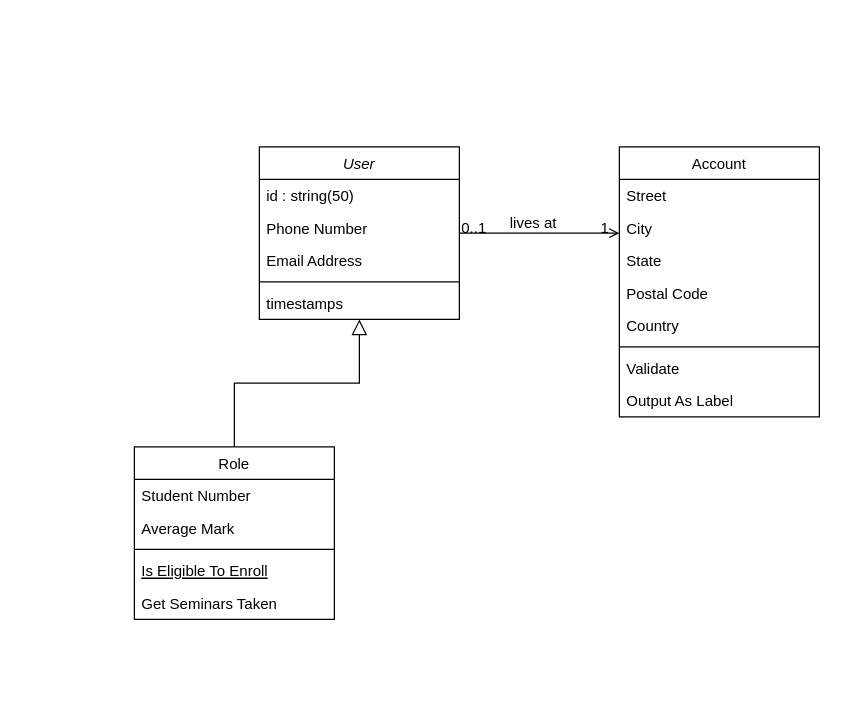
This is Untitled Diagram.drawio from Spectrum184/tan_blog, a draw.io file, before an edit. Source tidied: cells renumbered, new cells numbered last; positions are measured from the earlier drawing's top-left corner, leaving out a move shared by most shapes. Both pictures are drawn from the tidied source at 125%, with x=0, y=0 at pixel (134, 146).
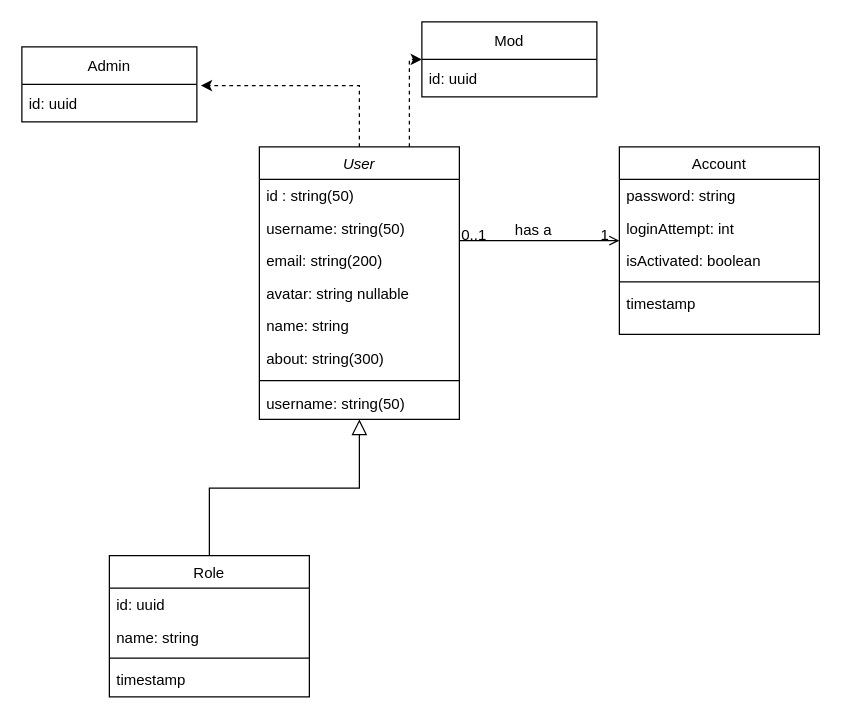
The same diagram, later.

Commit message:
create user database

Unchanged cells that the change refers to:
```xml
<mxCell id="24" style="endArrow=open;shadow=0;strokeWidth=1;rounded=0;endFill=1;edgeStyle=elbowEdgeStyle;elbow=vertical;" parent="1" edge="1" source="2" target="15">
  <mxGeometry x="0.5" y="41" relative="1" as="geometry">
    <mxPoint x="-40" y="32" as="offset" />
  </mxGeometry>
</mxCell>
```

Diff of the diagram source:
```diff
@@
-    <mxCell id="2" value="User" style="swimlane;fontStyle=2;align=center;verticalAlign=top;horizontal=1;startSize=26;rounded=0;shadow=0;strokeWidth=1;" parent="1" vertex="1">
-      <mxGeometry x="100" width="160" height="138" as="geometry" />
-    </mxCell>
-    <mxCell id="3" value="id : string(50)   " style="text;align=left;verticalAlign=top;spacingLeft=4;spacingRight=4;overflow=hidden;" parent="2" vertex="1">
-      <mxGeometry y="26" width="160" height="26" as="geometry" />
-    </mxCell>
-    <mxCell id="4" value="Phone Number" style="text;align=left;verticalAlign=top;spacingLeft=4;spacingRight=4;overflow=hidden;rounded=0;shadow=0;html=0;" parent="2" vertex="1">
-      <mxGeometry y="52" width="160" height="26" as="geometry" />
-    </mxCell>
-    <mxCell id="5" value="Email Address" style="text;align=left;verticalAlign=top;spacingLeft=4;spacingRight=4;overflow=hidden;rounded=0;shadow=0;html=0;" parent="2" vertex="1">
-      <mxGeometry y="78" width="160" height="26" as="geometry" />
-    </mxCell>
-    <mxCell id="6" style="line;html=1;strokeWidth=1;align=left;verticalAlign=middle;spacingTop=-1;spacingLeft=3;spacingRight=3;labelPosition=right;" parent="2" vertex="1">
-      <mxGeometry y="104" width="160" height="8" as="geometry" />
-    </mxCell>
-    <mxCell id="7" value="timestamps&#10;" style="text;align=left;verticalAlign=top;spacingLeft=4;spacingRight=4;overflow=hidden;" parent="2" vertex="1">
-      <mxGeometry y="112" width="160" height="26" as="geometry" />
-    </mxCell>
     <mxCell id="8" value="Role" style="swimlane;fontStyle=0;align=center;verticalAlign=top;horizontal=1;startSize=26;rounded=0;shadow=0;strokeWidth=1;" parent="1" vertex="1">
-      <mxGeometry y="240" width="160" height="138" as="geometry" />
+      <mxGeometry x="-20" y="327" width="160" height="113" as="geometry" />
     </mxCell>
-    <mxCell id="9" value="Student Number" style="text;align=left;verticalAlign=top;spacingLeft=4;spacingRight=4;overflow=hidden;" parent="8" vertex="1">
+    <mxCell id="9" value="id: uuid" style="text;align=left;verticalAlign=top;spacingLeft=4;spacingRight=4;overflow=hidden;" parent="8" vertex="1">
       <mxGeometry y="26" width="160" height="26" as="geometry" />
     </mxCell>
-    <mxCell id="10" value="Average Mark" style="text;align=left;verticalAlign=top;spacingLeft=4;spacingRight=4;overflow=hidden;rounded=0;shadow=0;html=0;" parent="8" vertex="1">
+    <mxCell id="10" value="name: string" style="text;align=left;verticalAlign=top;spacingLeft=4;spacingRight=4;overflow=hidden;rounded=0;shadow=0;html=0;" parent="8" vertex="1">
       <mxGeometry y="52" width="160" height="26" as="geometry" />
     </mxCell>
@@
-    <mxCell id="12" value="Is Eligible To Enroll" style="text;align=left;verticalAlign=top;spacingLeft=4;spacingRight=4;overflow=hidden;fontStyle=4;" parent="8" vertex="1">
-      <mxGeometry y="86" width="160" height="26" as="geometry" />
-    </mxCell>
-    <mxCell id="13" value="Get Seminars Taken" style="text;align=left;verticalAlign=top;spacingLeft=4;spacingRight=4;overflow=hidden;" parent="8" vertex="1">
-      <mxGeometry y="112" width="160" height="26" as="geometry" />
+    <mxCell id="13" value="timestamp" style="text;align=left;verticalAlign=top;spacingLeft=4;spacingRight=4;overflow=hidden;" parent="8" vertex="1">
+      <mxGeometry y="86" width="160" height="26" as="geometry" />
     </mxCell>
+    <mxCell id="28" style="edgeStyle=none;rounded=0;jettySize=auto;html=1;entryX=1.023;entryY=0.033;entryDx=0;entryDy=0;entryPerimeter=0;dashed=1;" parent="1" edge="1" source="2" target="36">
+      <mxGeometry relative="1" as="geometry">
+        <Array as="points">
+          <mxPoint x="180" y="-49" />
+        </Array>
+      </mxGeometry>
+    </mxCell>
+    <mxCell id="29" style="edgeStyle=none;rounded=0;jettySize=auto;html=1;exitX=0.75;exitY=0;exitDx=0;exitDy=0;entryX=0;entryY=0.5;entryDx=0;entryDy=0;dashed=1;" parent="1" edge="1" source="2" target="37">
+      <mxGeometry relative="1" as="geometry">
+        <Array as="points">
+          <mxPoint x="220" y="-70" />
+        </Array>
+      </mxGeometry>
+    </mxCell>
+    <mxCell id="2" value="User" style="swimlane;fontStyle=2;align=center;verticalAlign=top;horizontal=1;startSize=26;rounded=0;shadow=0;strokeWidth=1;" parent="1" vertex="1">
+      <mxGeometry x="100" width="160" height="218" as="geometry" />
+    </mxCell>
+    <mxCell id="3" value="id : string(50)   " style="text;align=left;verticalAlign=top;spacingLeft=4;spacingRight=4;overflow=hidden;" parent="2" vertex="1">
+      <mxGeometry y="26" width="160" height="26" as="geometry" />
+    </mxCell>
+    <mxCell id="4" value="username: string(50)" style="text;align=left;verticalAlign=top;spacingLeft=4;spacingRight=4;overflow=hidden;rounded=0;shadow=0;html=0;" parent="2" vertex="1">
+      <mxGeometry y="52" width="160" height="26" as="geometry" />
+    </mxCell>
+    <mxCell id="30" value="email: string(200)" style="text;align=left;verticalAlign=top;spacingLeft=4;spacingRight=4;overflow=hidden;rounded=0;shadow=0;html=0;" parent="2" vertex="1">
+      <mxGeometry y="78" width="160" height="26" as="geometry" />
+    </mxCell>
+    <mxCell id="31" value="avatar: string nullable" style="text;align=left;verticalAlign=top;spacingLeft=4;spacingRight=4;overflow=hidden;rounded=0;shadow=0;html=0;" parent="2" vertex="1">
+      <mxGeometry y="104" width="160" height="26" as="geometry" />
+    </mxCell>
+    <mxCell id="32" value="name: string" style="text;align=left;verticalAlign=top;spacingLeft=4;spacingRight=4;overflow=hidden;rounded=0;shadow=0;html=0;" parent="2" vertex="1">
+      <mxGeometry y="130" width="160" height="26" as="geometry" />
+    </mxCell>
+    <mxCell id="33" value="about: string(300)" style="text;align=left;verticalAlign=top;spacingLeft=4;spacingRight=4;overflow=hidden;rounded=0;shadow=0;html=0;" parent="2" vertex="1">
+      <mxGeometry y="156" width="160" height="26" as="geometry" />
+    </mxCell>
+    <mxCell id="6" style="line;html=1;strokeWidth=1;align=left;verticalAlign=middle;spacingTop=-1;spacingLeft=3;spacingRight=3;labelPosition=right;" parent="2" vertex="1">
+      <mxGeometry y="182" width="160" height="10" as="geometry" />
+    </mxCell>
+    <mxCell id="34" value="username: string(50)" style="text;align=left;verticalAlign=top;spacingLeft=4;spacingRight=4;overflow=hidden;rounded=0;shadow=0;html=0;" parent="2" vertex="1">
+      <mxGeometry y="192" width="160" height="26" as="geometry" />
+    </mxCell>
@@
     <mxCell id="15" value="Account" style="swimlane;fontStyle=0;align=center;verticalAlign=top;horizontal=1;startSize=26;rounded=0;shadow=0;strokeWidth=1;" parent="1" vertex="1">
-      <mxGeometry x="388" width="160" height="216" as="geometry" />
+      <mxGeometry x="388" width="160" height="150" as="geometry" />
     </mxCell>
-    <mxCell id="16" value="Street" style="text;align=left;verticalAlign=top;spacingLeft=4;spacingRight=4;overflow=hidden;" parent="15" vertex="1">
+    <mxCell id="16" value="password: string" style="text;align=left;verticalAlign=top;spacingLeft=4;spacingRight=4;overflow=hidden;" parent="15" vertex="1">
       <mxGeometry y="26" width="160" height="26" as="geometry" />
     </mxCell>
-    <mxCell id="17" value="City" style="text;align=left;verticalAlign=top;spacingLeft=4;spacingRight=4;overflow=hidden;rounded=0;shadow=0;html=0;" parent="15" vertex="1">
+    <mxCell id="17" value="loginAttempt: int" style="text;align=left;verticalAlign=top;spacingLeft=4;spacingRight=4;overflow=hidden;rounded=0;shadow=0;html=0;" parent="15" vertex="1">
       <mxGeometry y="52" width="160" height="26" as="geometry" />
     </mxCell>
-    <mxCell id="18" value="State" style="text;align=left;verticalAlign=top;spacingLeft=4;spacingRight=4;overflow=hidden;rounded=0;shadow=0;html=0;" parent="15" vertex="1">
+    <mxCell id="18" value="isActivated: boolean" style="text;align=left;verticalAlign=top;spacingLeft=4;spacingRight=4;overflow=hidden;rounded=0;shadow=0;html=0;" parent="15" vertex="1">
       <mxGeometry y="78" width="160" height="26" as="geometry" />
     </mxCell>
-    <mxCell id="19" value="Postal Code" style="text;align=left;verticalAlign=top;spacingLeft=4;spacingRight=4;overflow=hidden;rounded=0;shadow=0;html=0;" parent="15" vertex="1">
-      <mxGeometry y="104" width="160" height="26" as="geometry" />
-    </mxCell>
-    <mxCell id="20" value="Country" style="text;align=left;verticalAlign=top;spacingLeft=4;spacingRight=4;overflow=hidden;rounded=0;shadow=0;html=0;" parent="15" vertex="1">
-      <mxGeometry y="130" width="160" height="26" as="geometry" />
-    </mxCell>
     <mxCell id="21" style="line;html=1;strokeWidth=1;align=left;verticalAlign=middle;spacingTop=-1;spacingLeft=3;spacingRight=3;labelPosition=right;" parent="15" vertex="1">
-      <mxGeometry y="156" width="160" height="8" as="geometry" />
+      <mxGeometry y="104" width="160" height="8" as="geometry" />
     </mxCell>
-    <mxCell id="22" value="Validate" style="text;align=left;verticalAlign=top;spacingLeft=4;spacingRight=4;overflow=hidden;" parent="15" vertex="1">
-      <mxGeometry y="164" width="160" height="26" as="geometry" />
+    <mxCell id="22" value="timestamp" style="text;align=left;verticalAlign=top;spacingLeft=4;spacingRight=4;overflow=hidden;" parent="15" vertex="1">
+      <mxGeometry y="112" width="160" height="26" as="geometry" />
     </mxCell>
-    <mxCell id="23" value="Output As Label" style="text;align=left;verticalAlign=top;spacingLeft=4;spacingRight=4;overflow=hidden;" parent="15" vertex="1">
-      <mxGeometry y="190" width="160" height="26" as="geometry" />
-    </mxCell>
@@
-    <mxCell id="27" value="lives at" style="text;html=1;align=center;verticalAlign=middle;labelBackgroundColor=none;rounded=0;shadow=0;strokeWidth=1;fontSize=12;" parent="24" vertex="1">
+    <mxCell id="27" value="has a" style="text;html=1;align=center;verticalAlign=middle;labelBackgroundColor=none;rounded=0;shadow=0;strokeWidth=1;fontSize=12;" parent="24" vertex="1">
       <mxGeometry x="0.5" y="49" relative="1" as="geometry">
         <mxPoint x="-38" y="40" as="offset" />
       </mxGeometry>
     </mxCell>
+    <mxCell id="35" value="Admin" style="swimlane;fontStyle=0;horizontal=1;startSize=30;" parent="1" vertex="1">
+      <mxGeometry x="-90" y="-80" width="140" height="60" as="geometry" />
+    </mxCell>
+    <mxCell id="36" value="id: uuid" style="text;strokeColor=none;fillColor=none;align=left;verticalAlign=middle;spacingLeft=4;spacingRight=4;overflow=hidden;points=[[0,0.5],[1,0.5]];portConstraint=eastwest;" parent="1" vertex="1">
+      <mxGeometry x="-90" y="-50" width="140" height="30" as="geometry" />
+    </mxCell>
+    <mxCell id="37" value="Mod" style="swimlane;fontStyle=0;horizontal=1;startSize=30;" parent="1" vertex="1">
+      <mxGeometry x="230" y="-100" width="140" height="60" as="geometry" />
+    </mxCell>
+    <mxCell id="38" value="id: uuid" style="text;strokeColor=none;fillColor=none;align=left;verticalAlign=middle;spacingLeft=4;spacingRight=4;overflow=hidden;" parent="37" vertex="1">
+      <mxGeometry y="30" width="140" height="30" as="geometry" />
+    </mxCell>
```
